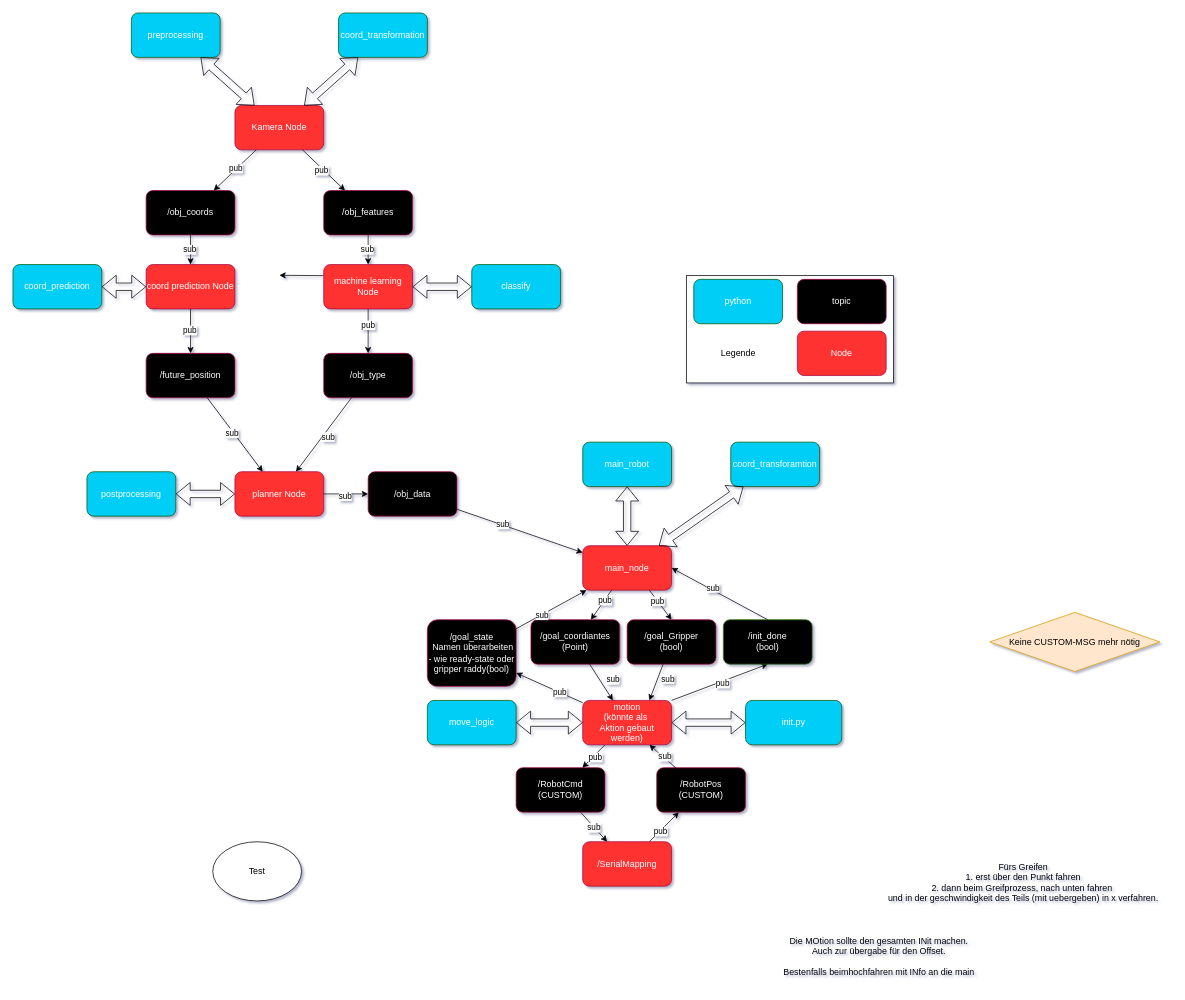
The draw.io diagram misc/architecture/SW_architecture_v3_pending.drawio in ibinsandig/Portal-zur-Exmatrikulation, before the edit. Source tidied: cells renumbered, new cells numbered last; positions are measured from the earlier drawing's top-left corner, leaving out a move shared by most shapes. Both pictures are drawn from the tidied source at 74%, with x=0, y=0 at pixel (13, 13).
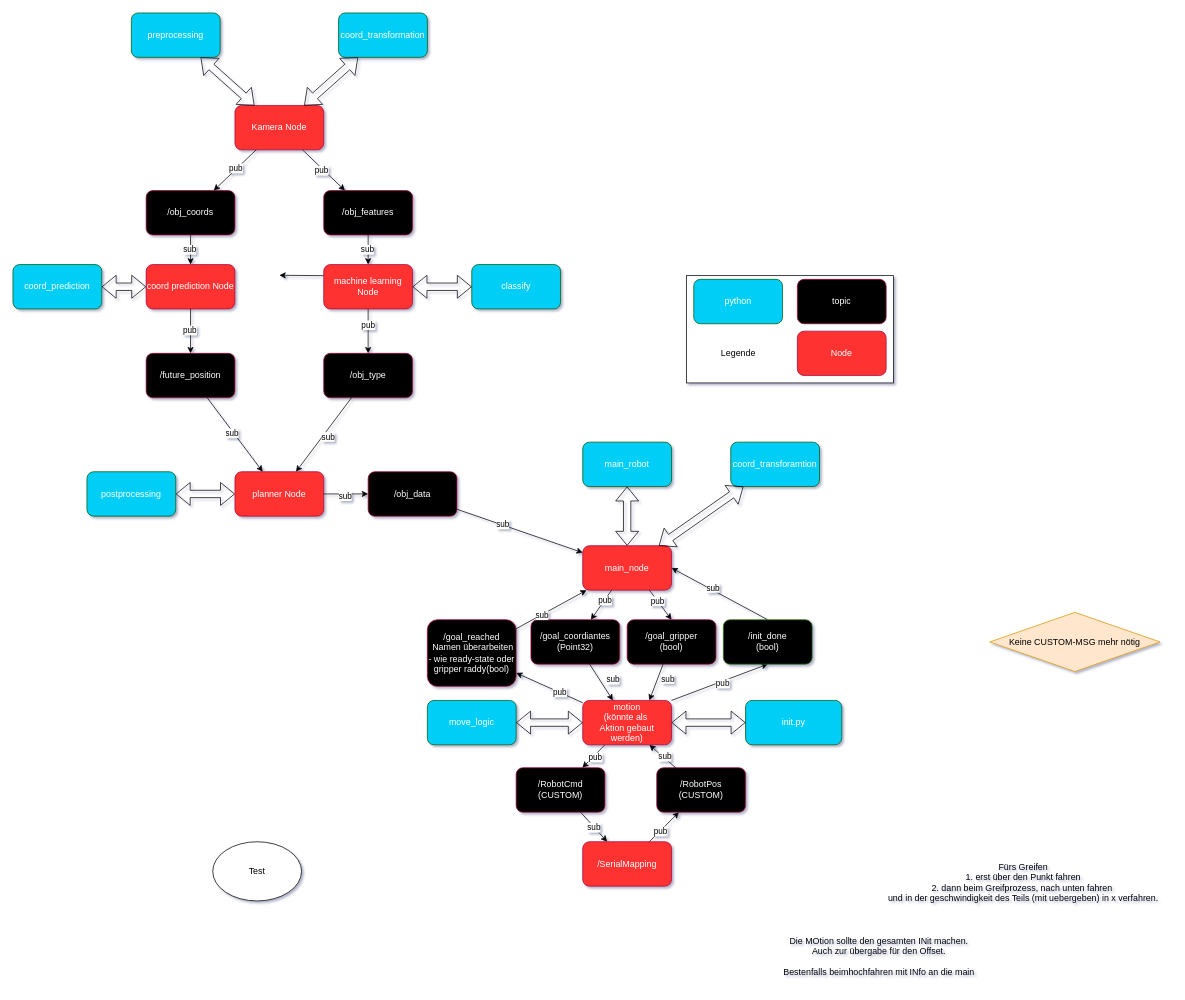
The same page after the edit.

What changed in the source:
```diff
@@
-    <mxCell id="17" value="/goal_coordiantes&lt;div&gt;(Point)&lt;/div&gt;" style="rounded=1;whiteSpace=wrap;html=1;fillColor=light-dark(#000000, #ff7777);fontColor=#ffffff;strokeColor=#A50040;" parent="1" vertex="1">
+    <mxCell id="17" value="/goal_coordiantes&lt;div&gt;(Point32)&lt;/div&gt;" style="rounded=1;whiteSpace=wrap;html=1;fillColor=light-dark(#000000, #ff7777);fontColor=#ffffff;strokeColor=#A50040;" parent="1" vertex="1">
       <mxGeometry x="700" y="820" width="120" height="60" as="geometry" />
     </mxCell>
@@
-    <mxCell id="35" value="/goal_state&lt;div&gt;&amp;nbsp;Namen überarbeiten - wie ready-state oder gripper raddy(bool)&lt;/div&gt;" style="rounded=1;whiteSpace=wrap;html=1;fillColor=light-dark(#000000, #ff7777);fontColor=#ffffff;strokeColor=#A50040;" parent="1" vertex="1">
+    <mxCell id="35" value="/goal_reached&lt;div&gt;&amp;nbsp;Namen überarbeiten - wie ready-state oder gripper raddy(bool)&lt;/div&gt;" style="rounded=1;whiteSpace=wrap;html=1;fillColor=light-dark(#000000, #ff7777);fontColor=#ffffff;strokeColor=#A50040;" parent="1" vertex="1">
       <mxGeometry x="560" y="820" width="120" height="90" as="geometry" />
     </mxCell>
@@
-    <mxCell id="40" value="/goal_Gripper&lt;div&gt;(bool)&lt;/div&gt;" style="rounded=1;whiteSpace=wrap;html=1;fillColor=light-dark(#000000, #ff7777);fontColor=#ffffff;strokeColor=#A50040;" parent="1" vertex="1">
+    <mxCell id="40" value="/goal_gripper&lt;div&gt;(bool)&lt;/div&gt;" style="rounded=1;whiteSpace=wrap;html=1;fillColor=light-dark(#000000, #ff7777);fontColor=#ffffff;strokeColor=#A50040;" parent="1" vertex="1">
       <mxGeometry x="830" y="820" width="120" height="60" as="geometry" />
     </mxCell>
```
